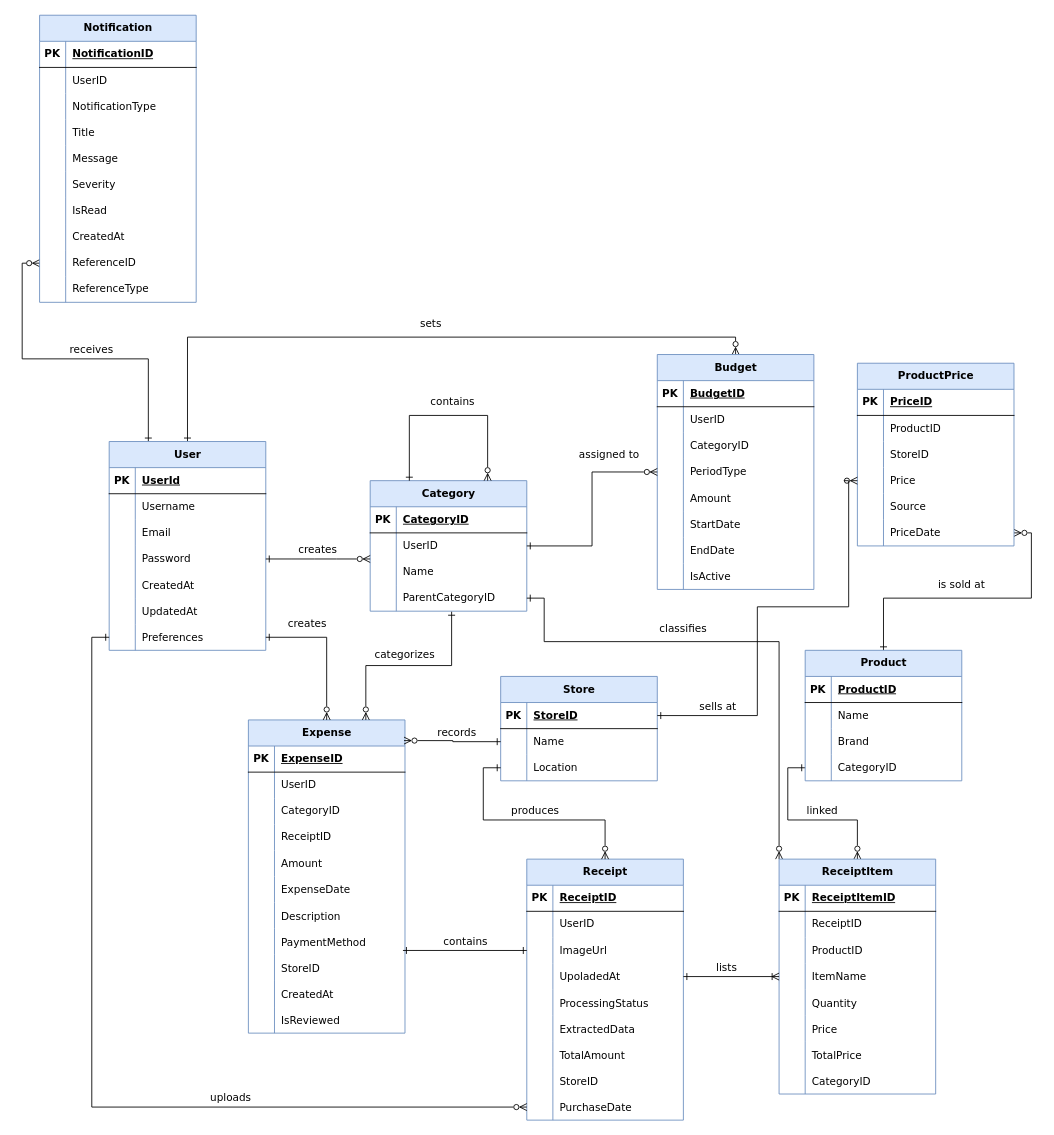
Earlier version of the draw.io diagram expense_tracker_erd.drawio (lamijazukan/ExpenseTrackerApp). Source tidied: cells renumbered, new cells numbered last; positions are measured from the earlier drawing's top-left corner, leaving out a move shared by most shapes. Both pictures are drawn from the tidied source at 87%, with x=0, y=0 at pixel (39, 15).
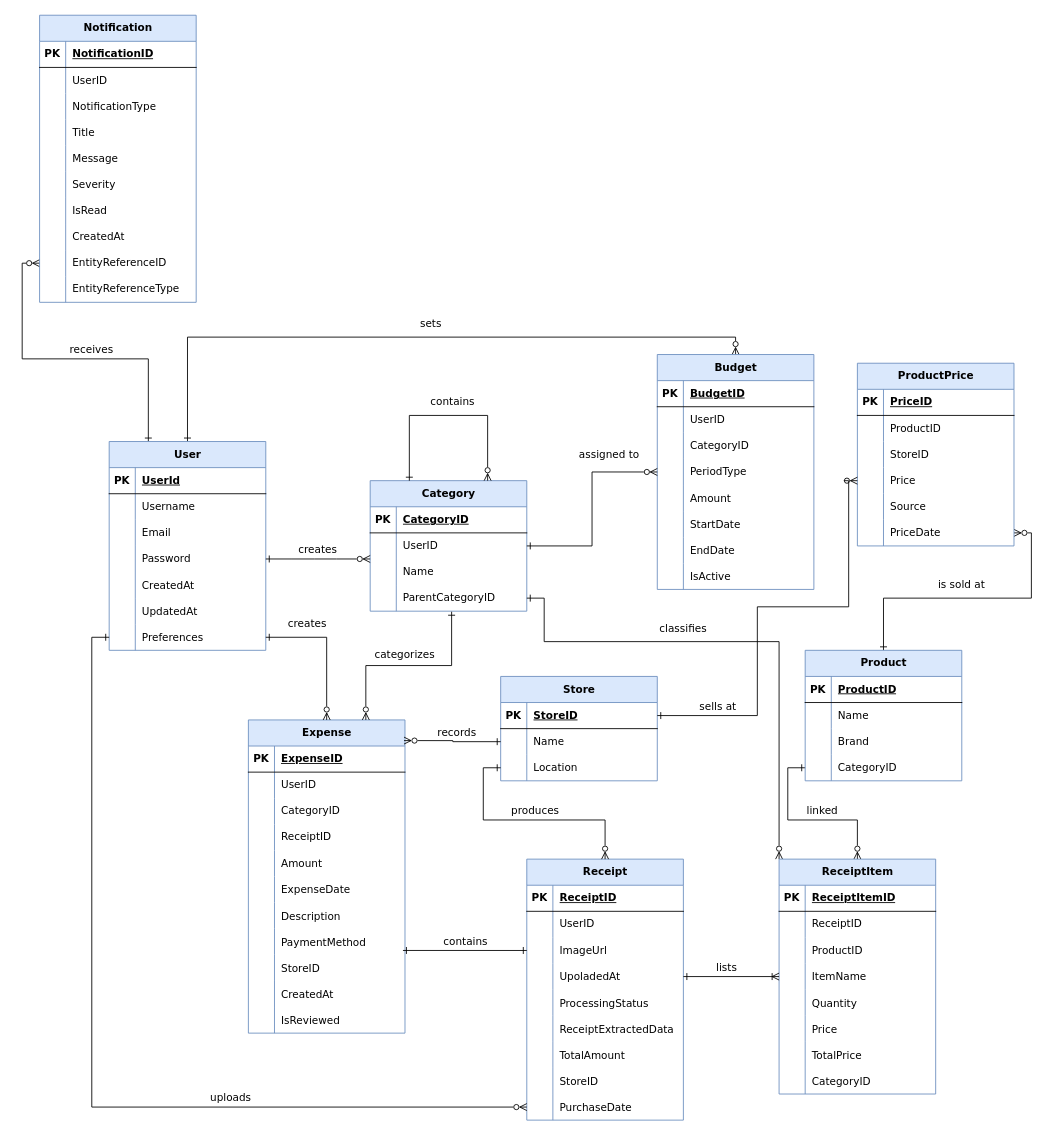
The same page after the edit.

The change refers to these unchanged cells:
```xml
<mxCell id="93" style="shape=tableRow;horizontal=0;startSize=0;swimlaneHead=0;swimlaneBody=0;fillColor=none;top=0;left=0;right=0;bottom=0;" parent="77" vertex="1">
  <mxGeometry y="180" width="180" height="30" as="geometry" />
</mxCell>
<mxCell id="224" style="shape=tableRow;horizontal=0;startSize=0;swimlaneHead=0;swimlaneBody=0;fillColor=none;points=[[0,0.5],[1,0.5]];portConstraint=eastwest;top=0;left=0;right=0;bottom=0;" parent="199" vertex="1">
  <mxGeometry y="270" width="180" height="30" as="geometry" />
</mxCell>
<mxCell id="227" style="shape=tableRow;horizontal=0;startSize=0;swimlaneHead=0;swimlaneBody=0;fillColor=none;top=0;left=0;right=0;bottom=0;" parent="199" vertex="1">
  <mxGeometry y="300" width="180" height="30" as="geometry" />
</mxCell>
```

The edit, as a diff of the source:
```diff
@@
-    <mxCell id="95" value="ExtractedData" style="shape=partialRectangle;fillColor=none;top=0;left=0;bottom=0;right=0;align=left;spacingLeft=6;overflow=hidden;fontFamily=Verdana;" parent="93" vertex="1">
+    <mxCell id="95" value="ReceiptExtractedData" style="shape=partialRectangle;fillColor=none;top=0;left=0;bottom=0;right=0;align=left;spacingLeft=6;overflow=hidden;fontFamily=Verdana;" parent="93" vertex="1">
       <mxGeometry x="30" width="150" height="30" as="geometry" />
     </mxCell>
@@
-    <mxCell id="226" value="ReferenceID" style="shape=partialRectangle;fillColor=none;top=0;left=0;bottom=0;right=0;align=left;spacingLeft=6;overflow=hidden;whiteSpace=wrap;html=1;fontFamily=Verdana;" parent="224" vertex="1">
+    <mxCell id="226" value="EntityReferenceID" style="shape=partialRectangle;fillColor=none;top=0;left=0;bottom=0;right=0;align=left;spacingLeft=6;overflow=hidden;whiteSpace=wrap;html=1;fontFamily=Verdana;" parent="224" vertex="1">
       <mxGeometry x="30" width="150" height="30" as="geometry" />
     </mxCell>
@@
-    <mxCell id="229" value="ReferenceType" style="shape=partialRectangle;fillColor=none;top=0;left=0;bottom=0;right=0;align=left;spacingLeft=6;overflow=hidden;whiteSpace=wrap;html=1;fontFamily=Verdana;" parent="227" vertex="1">
+    <mxCell id="229" value="EntityReferenceType" style="shape=partialRectangle;fillColor=none;top=0;left=0;bottom=0;right=0;align=left;spacingLeft=6;overflow=hidden;whiteSpace=wrap;html=1;fontFamily=Verdana;" parent="227" vertex="1">
       <mxGeometry x="30" width="150" height="30" as="geometry" />
     </mxCell>
```
